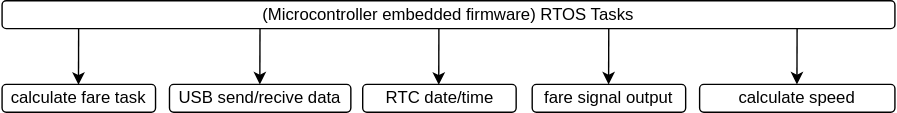
Earlier version of the draw.io export rtos_diagram.drawio.svg (obadah-nawafleh/test1). Source tidied: cells renumbered, new cells last; positions are measured from the earlier drawing's top-left corner, leaving out a move shared by most shapes.
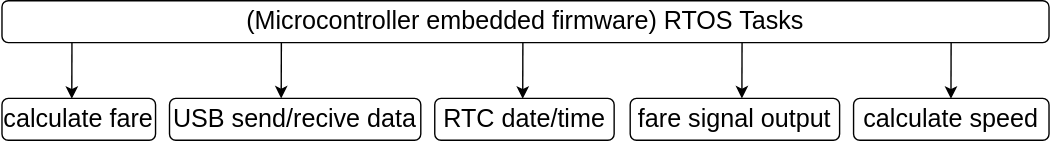
The same diagram one commit later.

Change to the diagram source:
```diff
@@ -2,52 +2,52 @@
   <root>
     <mxCell id="0" />
     <mxCell id="1" parent="0" />
-    <mxCell id="2" value="(Microcontroller embedded firmware) RTOS Tasks" style="rounded=1;whiteSpace=wrap;html=1;fontSize=12;glass=0;strokeWidth=1;shadow=0;" parent="1" vertex="1">
-      <mxGeometry width="640" height="20" as="geometry" />
+    <mxCell id="2" value="&lt;font style=&quot;font-size: 18px;&quot;&gt;(Microcontroller embedded firmware) RTOS Tasks&lt;/font&gt;" style="rounded=1;whiteSpace=wrap;html=1;fontSize=12;glass=0;strokeWidth=1;shadow=0;" parent="1" vertex="1">
+      <mxGeometry x="-10" y="-100" width="750" height="30" as="geometry" />
     </mxCell>
-    <mxCell id="3" value="calculate fare task" style="rounded=1;whiteSpace=wrap;html=1;fontSize=12;glass=0;strokeWidth=1;shadow=0;" parent="1" vertex="1">
-      <mxGeometry y="60" width="110" height="20" as="geometry" />
+    <mxCell id="3" value="&lt;font style=&quot;font-size: 18px;&quot;&gt;calculate fare&lt;/font&gt;" style="rounded=1;whiteSpace=wrap;html=1;fontSize=12;glass=0;strokeWidth=1;shadow=0;" parent="1" vertex="1">
+      <mxGeometry x="-10" y="-30" width="110" height="30" as="geometry" />
     </mxCell>
-    <mxCell id="4" value="USB send/recive data" style="rounded=1;whiteSpace=wrap;html=1;fontSize=12;glass=0;strokeWidth=1;shadow=0;" parent="1" vertex="1">
-      <mxGeometry x="120" y="60" width="130" height="20" as="geometry" />
+    <mxCell id="4" value="&lt;font style=&quot;font-size: 18px;&quot;&gt;USB send/recive data&lt;/font&gt;" style="rounded=1;whiteSpace=wrap;html=1;fontSize=12;glass=0;strokeWidth=1;shadow=0;" parent="1" vertex="1">
+      <mxGeometry x="110" y="-30" width="180" height="30" as="geometry" />
     </mxCell>
     <mxCell id="5" style="endArrow=classic;html=1;rounded=0;entryX=0.5;entryY=0;entryDx=0;entryDy=0;exitX=0.348;exitY=0.993;exitDx=0;exitDy=0;exitPerimeter=0;" parent="1" edge="1">
       <mxGeometry relative="1" as="geometry">
-        <mxPoint x="184.9" y="19.7" as="sourcePoint" />
-        <mxPoint x="184.8" y="60" as="targetPoint" />
+        <mxPoint x="190.1" y="-70.3" as="sourcePoint" />
+        <mxPoint x="190" y="-30" as="targetPoint" />
       </mxGeometry>
     </mxCell>
-    <mxCell id="6" value="RTC date/time" style="rounded=1;whiteSpace=wrap;html=1;fontSize=12;glass=0;strokeWidth=1;shadow=0;" parent="1" vertex="1">
-      <mxGeometry x="258.5" y="60" width="110" height="20" as="geometry" />
+    <mxCell id="6" value="&lt;font style=&quot;font-size: 18px;&quot;&gt;RTC date/time&lt;/font&gt;" style="rounded=1;whiteSpace=wrap;html=1;fontSize=12;glass=0;strokeWidth=1;shadow=0;" parent="1" vertex="1">
+      <mxGeometry x="300" y="-30" width="128.5" height="30" as="geometry" />
     </mxCell>
     <mxCell id="7" style="endArrow=classic;html=1;rounded=0;entryX=0.5;entryY=0;entryDx=0;entryDy=0;exitX=0.348;exitY=0.993;exitDx=0;exitDy=0;exitPerimeter=0;" parent="1" edge="1">
       <mxGeometry relative="1" as="geometry">
-        <mxPoint x="313.1" y="20" as="sourcePoint" />
-        <mxPoint x="313" y="60.3" as="targetPoint" />
+        <mxPoint x="363.1" y="-70" as="sourcePoint" />
+        <mxPoint x="363" y="-29.7" as="targetPoint" />
       </mxGeometry>
     </mxCell>
-    <mxCell id="8" value="fare signal output" style="rounded=1;whiteSpace=wrap;html=1;fontSize=12;glass=0;strokeWidth=1;shadow=0;" parent="1" vertex="1">
-      <mxGeometry x="380" y="60" width="110" height="20" as="geometry" />
+    <mxCell id="8" value="&lt;font style=&quot;font-size: 18px;&quot;&gt;fare signal output&lt;/font&gt;" style="rounded=1;whiteSpace=wrap;html=1;fontSize=12;glass=0;strokeWidth=1;shadow=0;" parent="1" vertex="1">
+      <mxGeometry x="440" y="-30" width="150" height="30" as="geometry" />
     </mxCell>
     <mxCell id="9" style="endArrow=classic;html=1;rounded=0;entryX=0.5;entryY=0;entryDx=0;entryDy=0;exitX=0.348;exitY=0.993;exitDx=0;exitDy=0;exitPerimeter=0;" parent="1" edge="1">
       <mxGeometry relative="1" as="geometry">
-        <mxPoint x="434.9" y="19.7" as="sourcePoint" />
-        <mxPoint x="434.8" y="60" as="targetPoint" />
+        <mxPoint x="520.1" y="-70.3" as="sourcePoint" />
+        <mxPoint x="520" y="-30" as="targetPoint" />
       </mxGeometry>
     </mxCell>
-    <mxCell id="10" value="calculate speed" style="rounded=1;whiteSpace=wrap;html=1;fontSize=12;glass=0;strokeWidth=1;shadow=0;" parent="1" vertex="1">
-      <mxGeometry x="500" y="60" width="140" height="20" as="geometry" />
+    <mxCell id="10" value="&lt;font style=&quot;font-size: 18px;&quot;&gt;calculate speed&lt;/font&gt;" style="rounded=1;whiteSpace=wrap;html=1;fontSize=12;glass=0;strokeWidth=1;shadow=0;" parent="1" vertex="1">
+      <mxGeometry x="600" y="-30" width="140" height="30" as="geometry" />
     </mxCell>
     <mxCell id="11" style="endArrow=classic;html=1;rounded=0;entryX=0.5;entryY=0;entryDx=0;entryDy=0;exitX=0.348;exitY=0.993;exitDx=0;exitDy=0;exitPerimeter=0;" parent="1" edge="1">
       <mxGeometry relative="1" as="geometry">
-        <mxPoint x="54.9" y="20" as="sourcePoint" />
-        <mxPoint x="54.8" y="60.3" as="targetPoint" />
+        <mxPoint x="40.1" y="-70" as="sourcePoint" />
+        <mxPoint x="40" y="-29.7" as="targetPoint" />
       </mxGeometry>
     </mxCell>
     <mxCell id="12" style="endArrow=classic;html=1;rounded=0;entryX=0.5;entryY=0;entryDx=0;entryDy=0;exitX=0.348;exitY=0.993;exitDx=0;exitDy=0;exitPerimeter=0;" parent="1" edge="1">
       <mxGeometry relative="1" as="geometry">
-        <mxPoint x="569.9" y="19.7" as="sourcePoint" />
-        <mxPoint x="569.8" y="60" as="targetPoint" />
+        <mxPoint x="669.9" y="-70" as="sourcePoint" />
+        <mxPoint x="669.8" y="-29.7" as="targetPoint" />
       </mxGeometry>
     </mxCell>
   </root>
```
